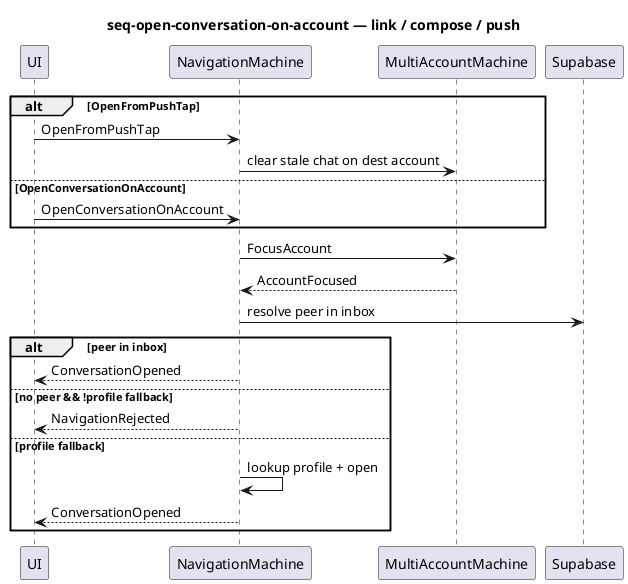
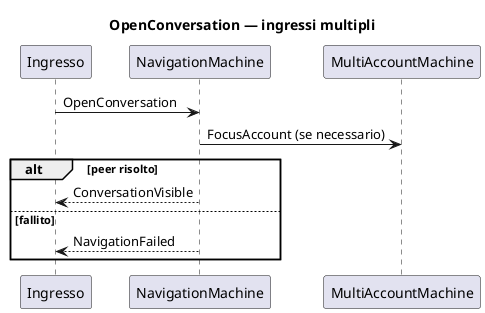
@startuml seq-open-conversation-on-account
' Context: navigation
' Profile: client
- ' Command: OpenConversationOnAccount / OpenFromPushTap
' Revision: 2026-07-19

- title seq-open-conversation-on-account — link / compose / push
+ title OpenConversation — ingressi multipli

- participant "UI" as UI
+ participant "Ingresso" as In
participant "NavigationMachine" as Nav
participant "MultiAccountMachine" as MAM
- participant "Supabase" as DB

- alt OpenFromPushTap
-   UI -> Nav : OpenFromPushTap
-   Nav -> MAM : clear stale chat on dest account
- else OpenConversationOnAccount
-   UI -> Nav : OpenConversationOnAccount
- end
- 
- Nav -> MAM : FocusAccount
- MAM --> Nav : AccountFocused
- Nav -> DB : resolve peer in inbox
- alt peer in inbox
-   Nav --> UI : ConversationOpened
- else no peer && !profile fallback
-   Nav --> UI : NavigationRejected
- else profile fallback
-   Nav -> Nav : lookup profile + open
-   Nav --> UI : ConversationOpened
+ In -> Nav : OpenConversation
+ Nav -> MAM : FocusAccount (se necessario)
+ alt peer risolto
+   Nav --> In : ConversationVisible
+ else fallito
+   Nav --> In : NavigationFailed
end

@enduml
